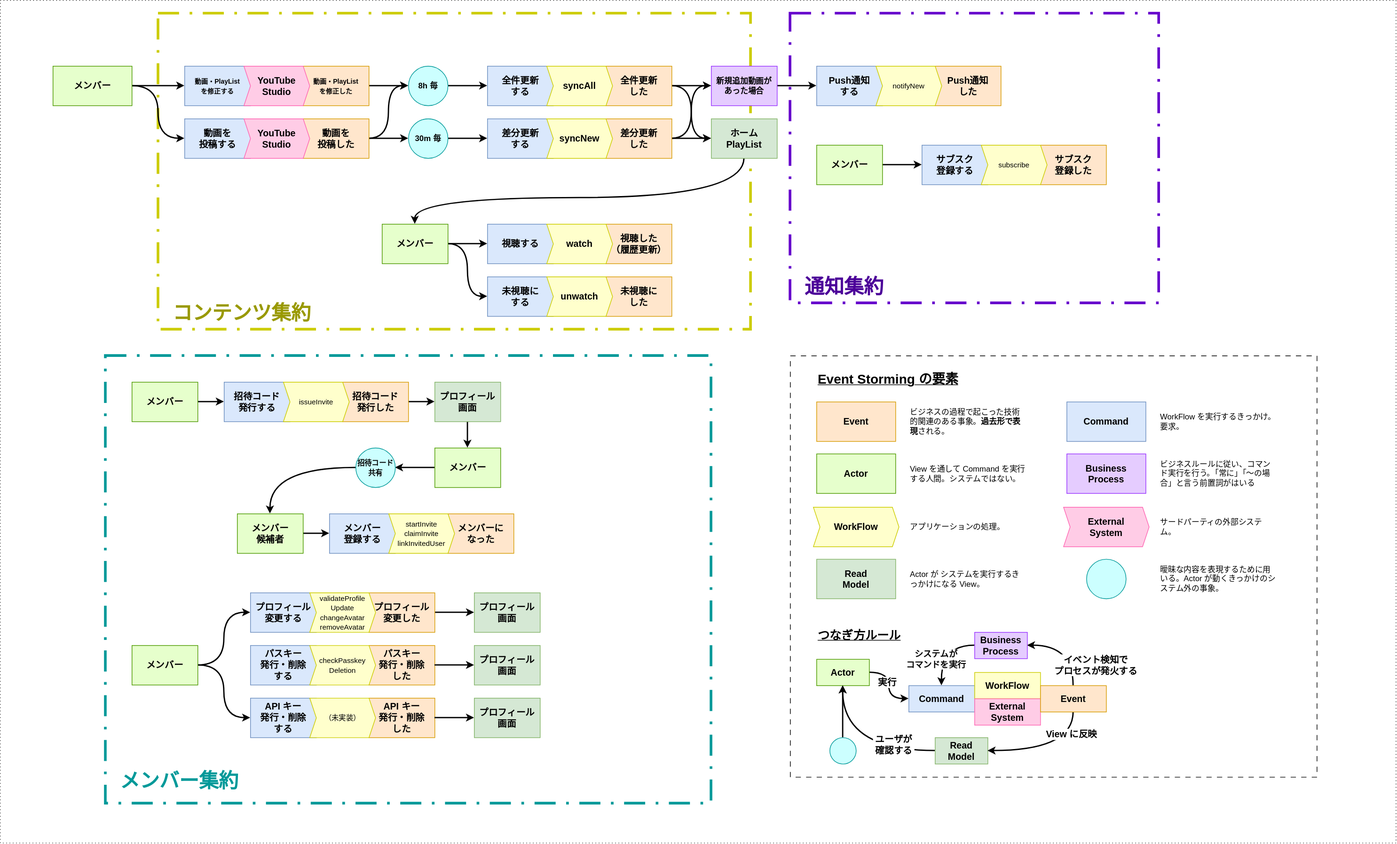
The draw.io diagram event_storming.drawio.svg in nw-union/soko, before a commit. Source tidied: cells renumbered, new cells last; positions are measured from the earlier drawing's top-left corner, leaving out a move shared by most shapes.
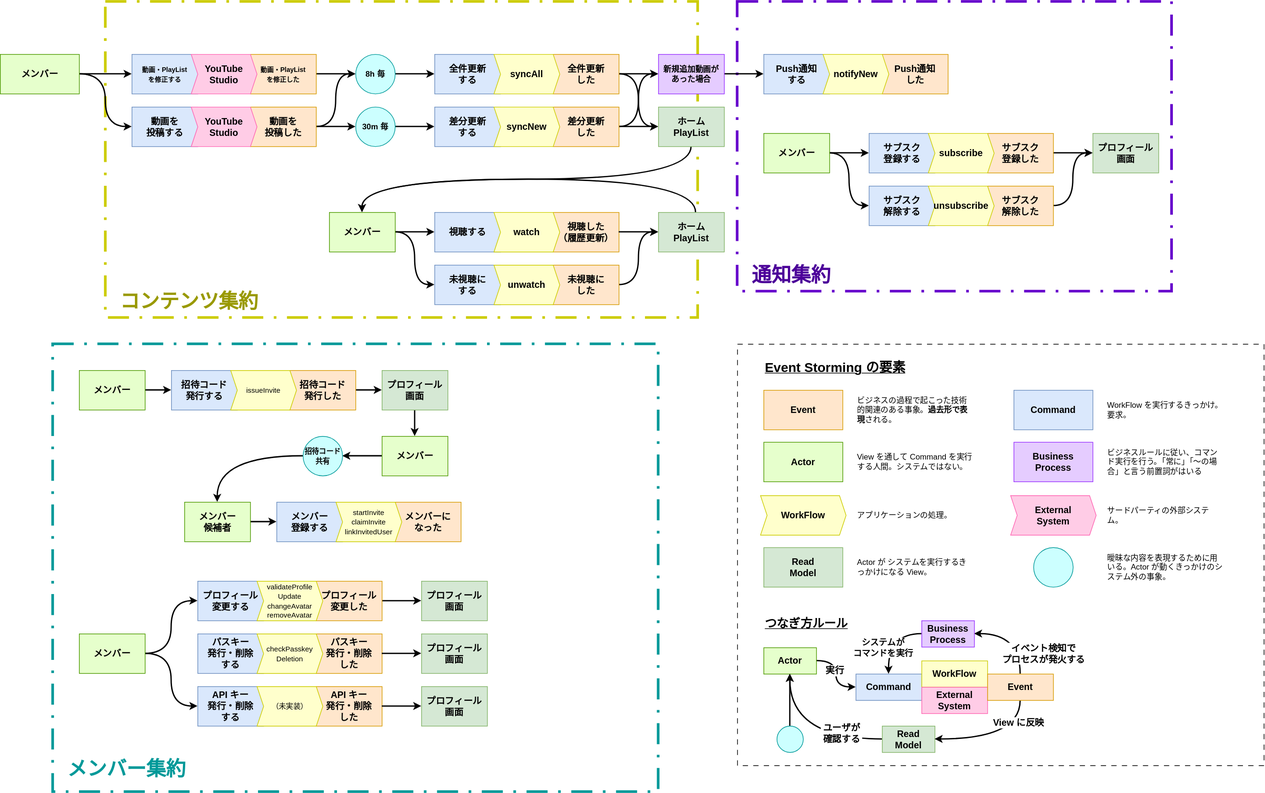
The same file after the commit.

Change to the diagram source:
```diff
@@ -2,12 +2,12 @@
   <root>
     <mxCell id="0" />
     <mxCell id="1" parent="0" />
-    <mxCell id="2" style="rounded=0;whiteSpace=wrap;html=1;dashed=1;dashPattern=1 4;strokeWidth=1;" parent="1" vertex="1">
-      <mxGeometry width="2120" height="1280" as="geometry" />
-    </mxCell>
     <mxCell id="3" style="rounded=0;whiteSpace=wrap;html=1;dashed=1;dashPattern=8 4 1 4;strokeWidth=4;fillColor=none;strokeColor=#6600CC;" parent="1" vertex="1">
-      <mxGeometry x="1200" y="20" width="560" height="440" as="geometry" />
+      <mxGeometry x="1200" y="20" width="660" height="440" as="geometry" />
     </mxCell>
+    <mxCell id="124" style="rounded=0;whiteSpace=wrap;html=1;dashed=1;dashPattern=8 4 1 4;strokeWidth=4;fillColor=none;strokeColor=#009999;" parent="1" vertex="1">
+      <mxGeometry x="160" y="540" width="920" height="680" as="geometry" />
+    </mxCell>
     <mxCell id="4" style="rounded=0;whiteSpace=wrap;html=1;dashed=1;dashPattern=8 4 1 4;strokeWidth=4;fillColor=none;strokeColor=#CCCC00;" parent="1" vertex="1">
       <mxGeometry x="240" y="20" width="900" height="480" as="geometry" />
     </mxCell>
@@ -167,12 +167,7 @@
       <mxGeometry x="580" y="340" width="100" height="60" as="geometry" />
     </mxCell>
     <mxCell id="54" style="edgeStyle=orthogonalEdgeStyle;rounded=0;jettySize=auto;html=1;entryX=0.5;entryY=0;entryDx=0;entryDy=0;defaultLabelBackgroundColor=page;curved=1;curveGeometry=1;strokeWidth=2;exitX=0.5;exitY=1;exitDx=0;exitDy=0;" parent="1" edge="1" source="122" target="53">
-      <mxGeometry x="0.06" relative="1" as="geometry">
-        <Array as="points">
-          <mxPoint x="1130" y="300" />
-          <mxPoint x="630" y="300" />
-        </Array>
-      </mxGeometry>
+      <mxGeometry x="0.06" relative="1" as="geometry" />
     </mxCell>
     <mxCell id="55" value="&lt;span style=&quot;font-size: 14px;&quot;&gt;&lt;b&gt;視聴した&lt;/b&gt;&lt;/span&gt;&lt;div&gt;&lt;span style=&quot;font-size: 14px;&quot;&gt;&lt;b&gt;（履歴更新）&lt;/b&gt;&lt;/span&gt;&lt;/div&gt;" style="rounded=0;whiteSpace=wrap;html=1;fillColor=#ffe6cc;strokeColor=#d79b00;" parent="1" vertex="1">
       <mxGeometry x="920" y="340" width="100" height="60" as="geometry" />
@@ -189,7 +184,7 @@
     <mxCell id="59" value="&lt;span style=&quot;font-size: 14px;&quot;&gt;&lt;b&gt;Push通知&lt;/b&gt;&lt;/span&gt;&lt;div&gt;&lt;span style=&quot;font-size: 14px;&quot;&gt;&lt;b&gt;する&lt;/b&gt;&lt;/span&gt;&lt;/div&gt;" style="rounded=0;whiteSpace=wrap;html=1;fillColor=#dae8fc;strokeColor=#6c8ebf;" parent="1" vertex="1">
       <mxGeometry x="1240" y="100" width="100" height="60" as="geometry" />
     </mxCell>
-    <mxCell id="60" value="&lt;span style=&quot;font-size: 11px;&quot;&gt;notifyNew&lt;/span&gt;" style="shape=step;perimeter=stepPerimeter;whiteSpace=wrap;html=1;fixedSize=1;fillColor=#FFFFCC;strokeColor=#CCCC00;size=10;" parent="1" vertex="1">
+    <mxCell id="60" value="&lt;font style=&quot;font-size: 14px;&quot;&gt;&lt;b&gt;notifyNew&lt;/b&gt;&lt;/font&gt;" style="shape=step;perimeter=stepPerimeter;whiteSpace=wrap;html=1;fixedSize=1;fillColor=#FFFFCC;strokeColor=#CCCC00;size=10;" parent="1" vertex="1">
       <mxGeometry x="1330" y="100" width="100" height="60" as="geometry" />
     </mxCell>
     <mxCell id="61" style="edgeStyle=orthogonalEdgeStyle;rounded=0;jettySize=auto;html=1;entryX=0;entryY=0.5;entryDx=0;entryDy=0;defaultLabelBackgroundColor=page;strokeWidth=2;" parent="1" edge="1" source="121" target="59">
@@ -252,16 +247,22 @@
     <mxCell id="80" style="edgeStyle=orthogonalEdgeStyle;rounded=0;jettySize=auto;html=1;entryX=0;entryY=0.5;entryDx=0;entryDy=0;defaultLabelBackgroundColor=page;strokeWidth=2;" parent="1" edge="1" source="81" target="83">
       <mxGeometry relative="1" as="geometry" />
     </mxCell>
+    <mxCell id="129" style="edgeStyle=orthogonalEdgeStyle;rounded=0;jettySize=auto;html=1;entryX=0;entryY=0.5;entryDx=0;entryDy=0;defaultLabelBackgroundColor=page;strokeWidth=2;curved=1;curveGeometry=1;" parent="1" edge="1" source="81" target="134">
+      <mxGeometry relative="1" as="geometry" />
+    </mxCell>
     <mxCell id="81" value="&lt;b&gt;&lt;font style=&quot;font-size: 14px;&quot;&gt;メンバー&lt;/font&gt;&lt;/b&gt;" style="rounded=0;whiteSpace=wrap;html=1;fillColor=#E6FFCC;strokeColor=#4D9900;" parent="1" vertex="1">
       <mxGeometry x="1240" y="220" width="100" height="60" as="geometry" />
     </mxCell>
+    <mxCell id="130" style="edgeStyle=orthogonalEdgeStyle;rounded=0;jettySize=auto;html=1;entryX=0;entryY=0.5;entryDx=0;entryDy=0;defaultLabelBackgroundColor=page;strokeWidth=2;" parent="1" edge="1" source="82" target="139">
+      <mxGeometry relative="1" as="geometry" />
+    </mxCell>
     <mxCell id="82" value="&lt;span style=&quot;font-size: 14px;&quot;&gt;&lt;b&gt;サブスク&lt;/b&gt;&lt;/span&gt;&lt;div&gt;&lt;span style=&quot;font-size: 14px;&quot;&gt;&lt;b&gt;登録した&lt;/b&gt;&lt;/span&gt;&lt;/div&gt;" style="rounded=0;whiteSpace=wrap;html=1;fillColor=#ffe6cc;strokeColor=#d79b00;" parent="1" vertex="1">
       <mxGeometry x="1580" y="220" width="100" height="60" as="geometry" />
     </mxCell>
     <mxCell id="83" value="&lt;span style=&quot;font-size: 14px;&quot;&gt;&lt;b&gt;サブスク&lt;/b&gt;&lt;/span&gt;&lt;div&gt;&lt;span style=&quot;font-size: 14px;&quot;&gt;&lt;b&gt;登録する&lt;/b&gt;&lt;/span&gt;&lt;/div&gt;" style="rounded=0;whiteSpace=wrap;html=1;fillColor=#dae8fc;strokeColor=#6c8ebf;" parent="1" vertex="1">
       <mxGeometry x="1400" y="220" width="100" height="60" as="geometry" />
     </mxCell>
-    <mxCell id="84" value="&lt;span style=&quot;font-size: 11px;&quot;&gt;subscribe&lt;/span&gt;" style="shape=step;perimeter=stepPerimeter;whiteSpace=wrap;html=1;fixedSize=1;fillColor=#FFFFCC;strokeColor=#CCCC00;size=10;" parent="1" vertex="1">
+    <mxCell id="84" value="&lt;font style=&quot;font-size: 14px;&quot;&gt;&lt;b&gt;subscribe&lt;/b&gt;&lt;/font&gt;" style="shape=step;perimeter=stepPerimeter;whiteSpace=wrap;html=1;fixedSize=1;fillColor=#FFFFCC;strokeColor=#CCCC00;size=10;" parent="1" vertex="1">
       <mxGeometry x="1490" y="220" width="100" height="60" as="geometry" />
     </mxCell>
     <mxCell id="85" style="edgeStyle=orthogonalEdgeStyle;rounded=0;jettySize=auto;html=1;entryX=0;entryY=0.5;entryDx=0;entryDy=0;defaultLabelBackgroundColor=page;curved=1;curveGeometry=1;strokeWidth=2;" parent="1" edge="1" source="86" target="89">
@@ -381,12 +382,12 @@
     <mxCell id="123" value="&lt;font style=&quot;font-size: 30px;&quot;&gt;&lt;b&gt;通知集約&lt;/b&gt;&lt;/font&gt;" style="text;html=1;whiteSpace=wrap;strokeColor=none;fillColor=none;align=left;verticalAlign=middle;rounded=0;fontColor=#4C0099;" parent="1" vertex="1">
       <mxGeometry x="1220" y="420" width="240" height="30" as="geometry" />
     </mxCell>
-    <mxCell id="124" style="rounded=0;whiteSpace=wrap;html=1;dashed=1;dashPattern=8 4 1 4;strokeWidth=4;fillColor=none;strokeColor=#009999;" parent="1" vertex="1">
-      <mxGeometry x="160" y="540" width="920" height="680" as="geometry" />
-    </mxCell>
     <mxCell id="125" value="&lt;font style=&quot;font-size: 30px;&quot;&gt;&lt;b&gt;メンバー集約&lt;/b&gt;&lt;/font&gt;" style="text;html=1;whiteSpace=wrap;strokeColor=none;fillColor=none;align=left;verticalAlign=middle;rounded=0;fontColor=#009999;" parent="1" vertex="1">
       <mxGeometry x="180" y="1170" width="240" height="30" as="geometry" />
     </mxCell>
+    <mxCell id="131" style="edgeStyle=orthogonalEdgeStyle;rounded=0;jettySize=auto;html=1;entryX=0;entryY=0.5;entryDx=0;entryDy=0;defaultLabelBackgroundColor=page;strokeWidth=2;curved=1;curveGeometry=1;" parent="1" edge="1" source="126" target="137">
+      <mxGeometry x="-0.11" relative="1" as="geometry" />
+    </mxCell>
     <mxCell id="126" value="&lt;span style=&quot;font-size: 14px;&quot;&gt;&lt;b&gt;未視聴に&lt;/b&gt;&lt;/span&gt;&lt;div&gt;&lt;span style=&quot;font-size: 14px;&quot;&gt;&lt;b&gt;した&lt;/b&gt;&lt;/span&gt;&lt;/div&gt;" style="rounded=0;whiteSpace=wrap;html=1;fillColor=#ffe6cc;strokeColor=#d79b00;" parent="1" vertex="1">
       <mxGeometry x="920" y="420" width="100" height="60" as="geometry" />
     </mxCell>
@@ -396,5 +397,34 @@
     <mxCell id="128" value="&lt;font style=&quot;font-size: 14px;&quot;&gt;&lt;b&gt;unwatch&lt;/b&gt;&lt;/font&gt;" style="shape=step;perimeter=stepPerimeter;whiteSpace=wrap;html=1;fixedSize=1;fillColor=#FFFFCC;strokeColor=#CCCC00;size=10;" parent="1" vertex="1">
       <mxGeometry x="830" y="420" width="100" height="60" as="geometry" />
     </mxCell>
+    <mxCell id="132" style="edgeStyle=orthogonalEdgeStyle;rounded=0;jettySize=auto;html=1;entryX=0;entryY=0.5;entryDx=0;entryDy=0;defaultLabelBackgroundColor=page;curved=1;curveGeometry=1;strokeWidth=2;" parent="1" edge="1" source="133" target="139">
+      <mxGeometry relative="1" as="geometry" />
+    </mxCell>
+    <mxCell id="133" value="&lt;span style=&quot;font-size: 14px;&quot;&gt;&lt;b&gt;サブスク&lt;/b&gt;&lt;/span&gt;&lt;div&gt;&lt;span style=&quot;font-size: 14px;&quot;&gt;&lt;b&gt;解除した&lt;/b&gt;&lt;/span&gt;&lt;/div&gt;" style="rounded=0;whiteSpace=wrap;html=1;fillColor=#ffe6cc;strokeColor=#d79b00;" parent="1" vertex="1">
+      <mxGeometry x="1580" y="300" width="100" height="60" as="geometry" />
+    </mxCell>
+    <mxCell id="134" value="&lt;span style=&quot;font-size: 14px;&quot;&gt;&lt;b&gt;サブスク&lt;/b&gt;&lt;/span&gt;&lt;div&gt;&lt;span style=&quot;font-size: 14px;&quot;&gt;&lt;b&gt;解除する&lt;/b&gt;&lt;/span&gt;&lt;/div&gt;" style="rounded=0;whiteSpace=wrap;html=1;fillColor=#dae8fc;strokeColor=#6c8ebf;" parent="1" vertex="1">
+      <mxGeometry x="1400" y="300" width="100" height="60" as="geometry" />
+    </mxCell>
+    <mxCell id="135" value="&lt;font style=&quot;font-size: 14px;&quot;&gt;&lt;b&gt;unsubscribe&lt;/b&gt;&lt;/font&gt;" style="shape=step;perimeter=stepPerimeter;whiteSpace=wrap;html=1;fixedSize=1;fillColor=#FFFFCC;strokeColor=#CCCC00;size=10;" parent="1" vertex="1">
+      <mxGeometry x="1490" y="300" width="100" height="60" as="geometry" />
+    </mxCell>
+    <mxCell id="136" style="edgeStyle=orthogonalEdgeStyle;rounded=0;jettySize=auto;html=1;entryX=0.5;entryY=0;entryDx=0;entryDy=0;defaultLabelBackgroundColor=page;strokeWidth=2;curved=1;curveGeometry=1;exitX=0.568;exitY=0.005;exitDx=0;exitDy=0;exitPerimeter=0;" parent="1" edge="1" source="137" target="53">
+      <mxGeometry x="0.13" relative="1" as="geometry">
+        <Array as="points">
+          <mxPoint x="1136.8" y="290" />
+          <mxPoint x="630" y="290" />
+        </Array>
+      </mxGeometry>
+    </mxCell>
+    <mxCell id="137" value="&lt;div&gt;&lt;span style=&quot;font-size: 14px;&quot;&gt;&lt;b&gt;ホーム&lt;/b&gt;&lt;/span&gt;&lt;/div&gt;&lt;div&gt;&lt;span style=&quot;font-size: 14px;&quot;&gt;&lt;b&gt;PlayList&lt;/b&gt;&lt;/span&gt;&lt;/div&gt;" style="rounded=0;whiteSpace=wrap;html=1;fillColor=#d5e8d4;strokeColor=#82b366;" parent="1" vertex="1">
+      <mxGeometry x="1080" y="340" width="100" height="60" as="geometry" />
+    </mxCell>
+    <mxCell id="138" style="edgeStyle=orthogonalEdgeStyle;rounded=0;jettySize=auto;html=1;entryX=0;entryY=0.5;entryDx=0;entryDy=0;defaultLabelBackgroundColor=page;curved=1;curveGeometry=1;strokeWidth=2;" parent="1" edge="1" source="55" target="137">
+      <mxGeometry relative="1" as="geometry" />
+    </mxCell>
+    <mxCell id="139" value="&lt;span style=&quot;font-size: 14px;&quot;&gt;&lt;b&gt;プロフィール&lt;/b&gt;&lt;/span&gt;&lt;div&gt;&lt;span style=&quot;font-size: 14px;&quot;&gt;&lt;b&gt;画面&lt;/b&gt;&lt;/span&gt;&lt;/div&gt;" style="rounded=0;whiteSpace=wrap;html=1;fillColor=#d5e8d4;strokeColor=#82b366;" parent="1" vertex="1">
+      <mxGeometry x="1740" y="220" width="100" height="60" as="geometry" />
+    </mxCell>
   </root>
 </mxGraphModel>
```
